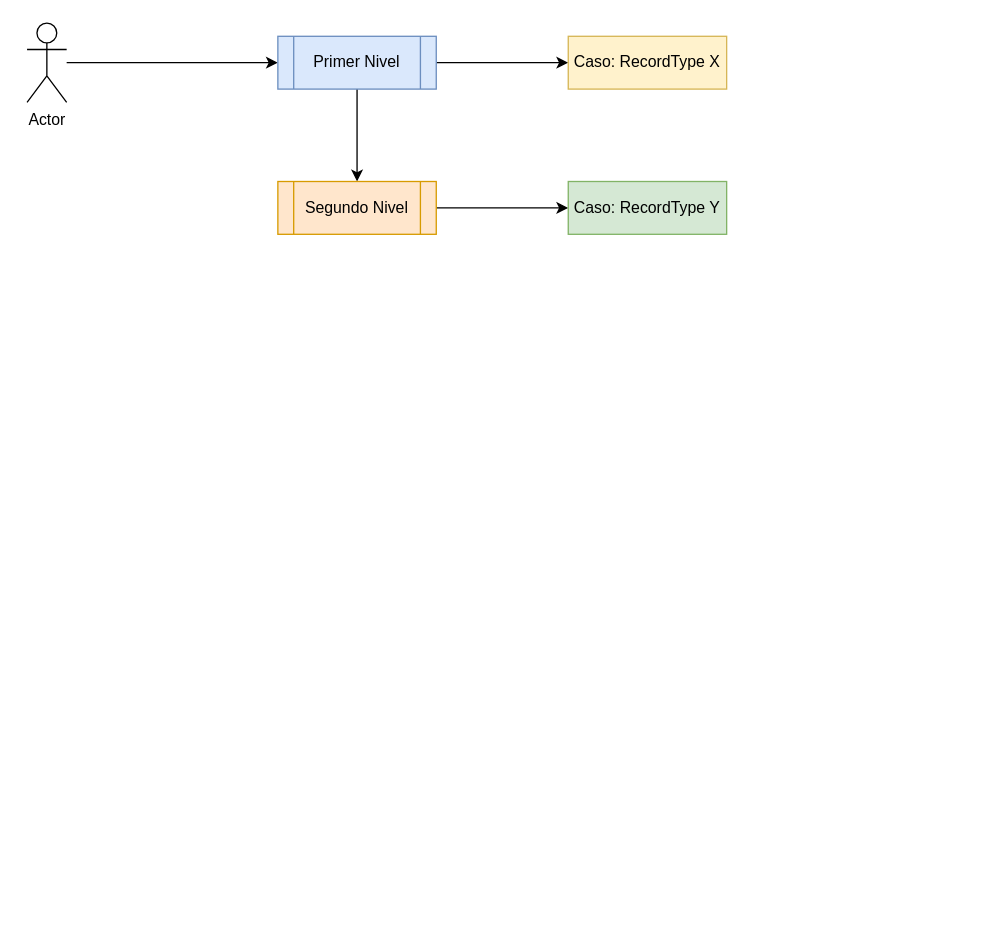
This is Modelo Derivacion Casos.drawio from nonate/personalProject, a draw.io file, before an edit. Source tidied: cells renumbered, new cells numbered last; positions are measured from the earlier drawing's top-left corner, leaving out a move shared by most shapes. Both pictures are drawn from the tidied source at 132%, with x=0, y=0 at pixel (26, 22).
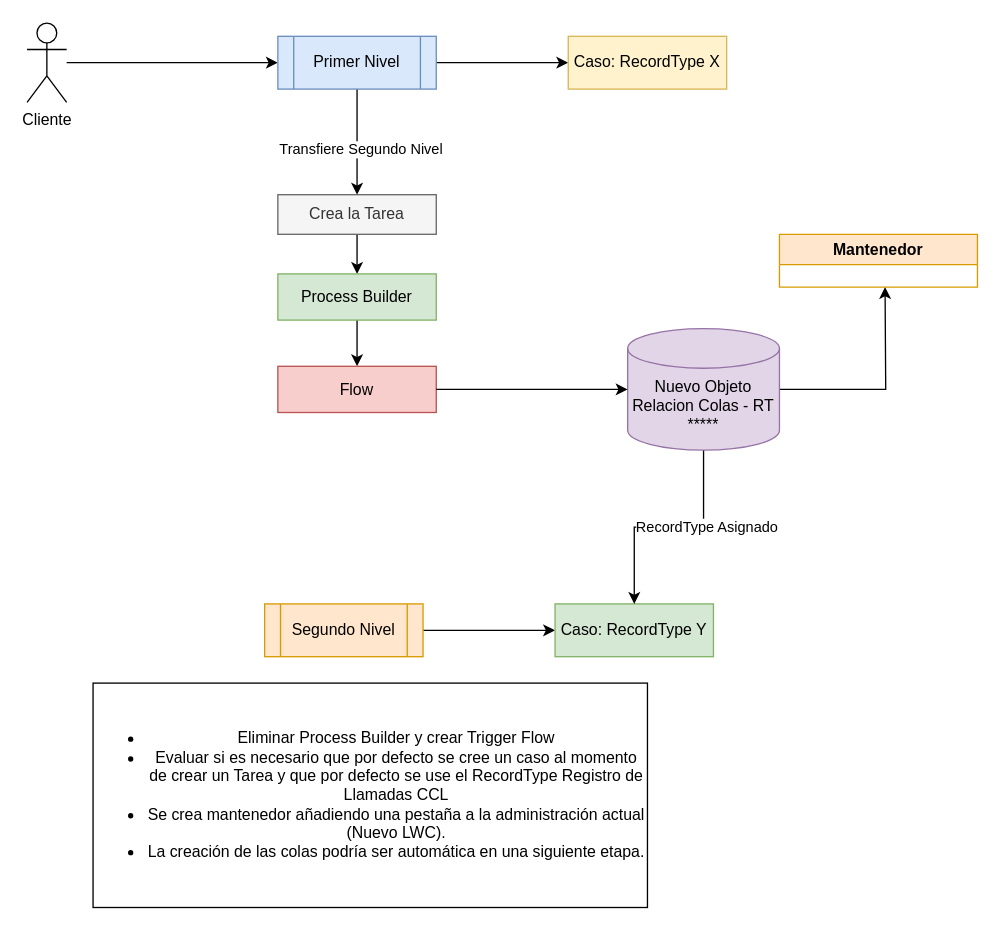
Above is the later version.

The change refers to these unchanged cells:
```xml
<mxCell id="6" value="Primer Nivel" style="shape=process;whiteSpace=wrap;html=1;backgroundOutline=1;fillColor=#dae8fc;strokeColor=#6c8ebf;" parent="1" vertex="1">
  <mxGeometry x="190" y="10" width="120" height="40" as="geometry" />
</mxCell>
<mxCell id="9" value="Caso: RecordType X" style="whiteSpace=wrap;html=1;fillColor=#fff2cc;strokeColor=#d6b656;" parent="1" vertex="1">
  <mxGeometry x="410" y="10" width="120" height="40" as="geometry" />
</mxCell>
```

The edit, as a diff of the source:
```diff
@@
-    <mxCell id="3" value="Actor" style="shape=umlActor;verticalLabelPosition=bottom;verticalAlign=top;html=1;outlineConnect=0;" parent="1" vertex="1">
+    <mxCell id="3" value="Cliente" style="shape=umlActor;verticalLabelPosition=bottom;verticalAlign=top;html=1;outlineConnect=0;" parent="1" vertex="1">
       <mxGeometry width="30" height="60" as="geometry" />
     </mxCell>
-    <mxCell id="4" style="edgeStyle=orthogonalEdgeStyle;rounded=0;jettySize=auto;html=1;" parent="1" edge="1" source="6" target="8">
-      <mxGeometry relative="1" as="geometry" />
-    </mxCell>
     <mxCell id="5" style="edgeStyle=orthogonalEdgeStyle;rounded=0;jettySize=auto;html=1;" parent="1" edge="1" source="6" target="9">
-      <mxGeometry relative="1" as="geometry" />
+      <mxGeometry relative="1" as="geometry">
+        <Array as="points">
+          <mxPoint x="360" y="30" />
+          <mxPoint x="360" y="30" />
+        </Array>
+      </mxGeometry>
     </mxCell>
+    <mxCell id="11" style="edgeStyle=orthogonalEdgeStyle;rounded=0;jettySize=auto;html=1;" parent="1" edge="1" source="6">
+      <mxGeometry relative="1" as="geometry">
+        <mxPoint x="250" y="130" as="targetPoint" />
+      </mxGeometry>
+    </mxCell>
+    <mxCell id="12" value="Transfiere Segundo Nivel" style="edgeLabel;html=1;align=center;verticalAlign=middle;" parent="11" vertex="1">
+      <mxGeometry x="0.15" y="2" relative="1" as="geometry" />
+    </mxCell>
@@
     <mxCell id="8" value="Segundo Nivel" style="shape=process;whiteSpace=wrap;html=1;backgroundOutline=1;fillColor=#ffe6cc;strokeColor=#d79b00;" parent="1" vertex="1">
-      <mxGeometry x="190" y="120" width="120" height="40" as="geometry" />
+      <mxGeometry x="180" y="440" width="120" height="40" as="geometry" />
     </mxCell>
@@
     <mxCell id="10" value="Caso: RecordType Y" style="whiteSpace=wrap;html=1;fillColor=#d5e8d4;strokeColor=#82b366;" parent="1" vertex="1">
-      <mxGeometry x="410" y="120" width="120" height="40" as="geometry" />
+      <mxGeometry x="400" y="440" width="120" height="40" as="geometry" />
     </mxCell>
+    <mxCell id="13" style="edgeStyle=orthogonalEdgeStyle;rounded=0;jettySize=auto;html=1;" parent="1" edge="1" source="14" target="16">
+      <mxGeometry relative="1" as="geometry" />
+    </mxCell>
+    <mxCell id="14" value="Crea la Tarea" style="rounded=0;whiteSpace=wrap;html=1;fillColor=#f5f5f5;fontColor=#333333;strokeColor=#666666;" parent="1" vertex="1">
+      <mxGeometry x="190" y="130" width="120" height="30" as="geometry" />
+    </mxCell>
+    <mxCell id="15" style="edgeStyle=orthogonalEdgeStyle;rounded=0;jettySize=auto;html=1;" parent="1" edge="1" source="16" target="17">
+      <mxGeometry relative="1" as="geometry" />
+    </mxCell>
+    <mxCell id="16" value="Process Builder" style="whiteSpace=wrap;html=1;rounded=0;fillColor=#d5e8d4;strokeColor=#82b366;" parent="1" vertex="1">
+      <mxGeometry x="190" y="190" width="120" height="35" as="geometry" />
+    </mxCell>
+    <mxCell id="17" value="Flow" style="whiteSpace=wrap;html=1;rounded=0;fillColor=#f8cecc;strokeColor=#b85450;" parent="1" vertex="1">
+      <mxGeometry x="190" y="260" width="120" height="35" as="geometry" />
+    </mxCell>
+    <mxCell id="18" style="edgeStyle=orthogonalEdgeStyle;rounded=0;jettySize=auto;html=1;entryX=0.5;entryY=0;entryDx=0;entryDy=0;" parent="1" edge="1" source="21" target="10">
+      <mxGeometry relative="1" as="geometry" />
+    </mxCell>
+    <mxCell id="19" value="RecordType Asignado" style="edgeLabel;html=1;align=center;verticalAlign=middle;" parent="18" vertex="1">
+      <mxGeometry x="-0.32" y="2" relative="1" as="geometry">
+        <mxPoint y="1" as="offset" />
+      </mxGeometry>
+    </mxCell>
+    <mxCell id="20" style="edgeStyle=orthogonalEdgeStyle;rounded=0;jettySize=auto;html=1;" parent="1" edge="1" source="21">
+      <mxGeometry relative="1" as="geometry">
+        <mxPoint x="650" y="200" as="targetPoint" />
+      </mxGeometry>
+    </mxCell>
+    <mxCell id="21" value="Nuevo Objeto Relacion Colas - RT *****" style="shape=cylinder3;whiteSpace=wrap;html=1;boundedLbl=1;backgroundOutline=1;size=15;fillColor=#e1d5e7;strokeColor=#9673a6;" parent="1" vertex="1">
+      <mxGeometry x="455" y="231.5" width="115" height="92" as="geometry" />
+    </mxCell>
+    <mxCell id="22" style="edgeStyle=orthogonalEdgeStyle;rounded=0;jettySize=auto;html=1;entryX=0;entryY=0.5;entryDx=0;entryDy=0;entryPerimeter=0;" parent="1" edge="1" source="17" target="21">
+      <mxGeometry relative="1" as="geometry" />
+    </mxCell>
+    <mxCell id="23" value="&lt;ul&gt;&lt;li&gt;Eliminar Process Builder y crear Trigger Flow&lt;/li&gt;&lt;li&gt;Evaluar si es necesario que por defecto se cree un caso al momento de crear un Tarea y que por defecto se use el RecordType Registro de Llamadas CCL&lt;/li&gt;&lt;li&gt;Se crea mantenedor añadiendo una pestaña a la administración actual (Nuevo LWC).&lt;/li&gt;&lt;li&gt;La creación de las colas podría ser automática en una siguiente etapa.&lt;/li&gt;&lt;/ul&gt;" style="rounded=0;whiteSpace=wrap;html=1;" parent="1" vertex="1">
+      <mxGeometry x="50" y="500" width="420" height="170" as="geometry" />
+    </mxCell>
+    <mxCell id="24" value="Mantenedor" style="swimlane;whiteSpace=wrap;html=1;fillColor=#ffe6cc;strokeColor=#d79b00;" parent="1" vertex="1">
+      <mxGeometry x="570" y="160" width="150" height="40" as="geometry" />
+    </mxCell>
```
